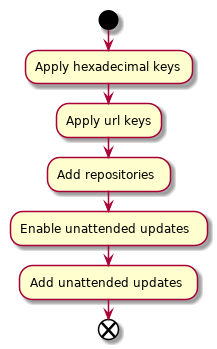
This is docs/uml/repositores.png from cslucr/ubuntu-ucr, a PlantUML export, as it was before one commit.
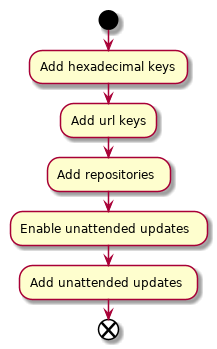
After the change.

The edit, as a diff of the source:
```diff
@@ -1,7 +1,7 @@
 @startuml
 start
-:Apply hexadecimal keys;
-:Apply url keys;
+:Add hexadecimal keys;
+:Add url keys;
 :Add repositories;
 :Enable unattended updates;
 :Add unattended updates;
```
